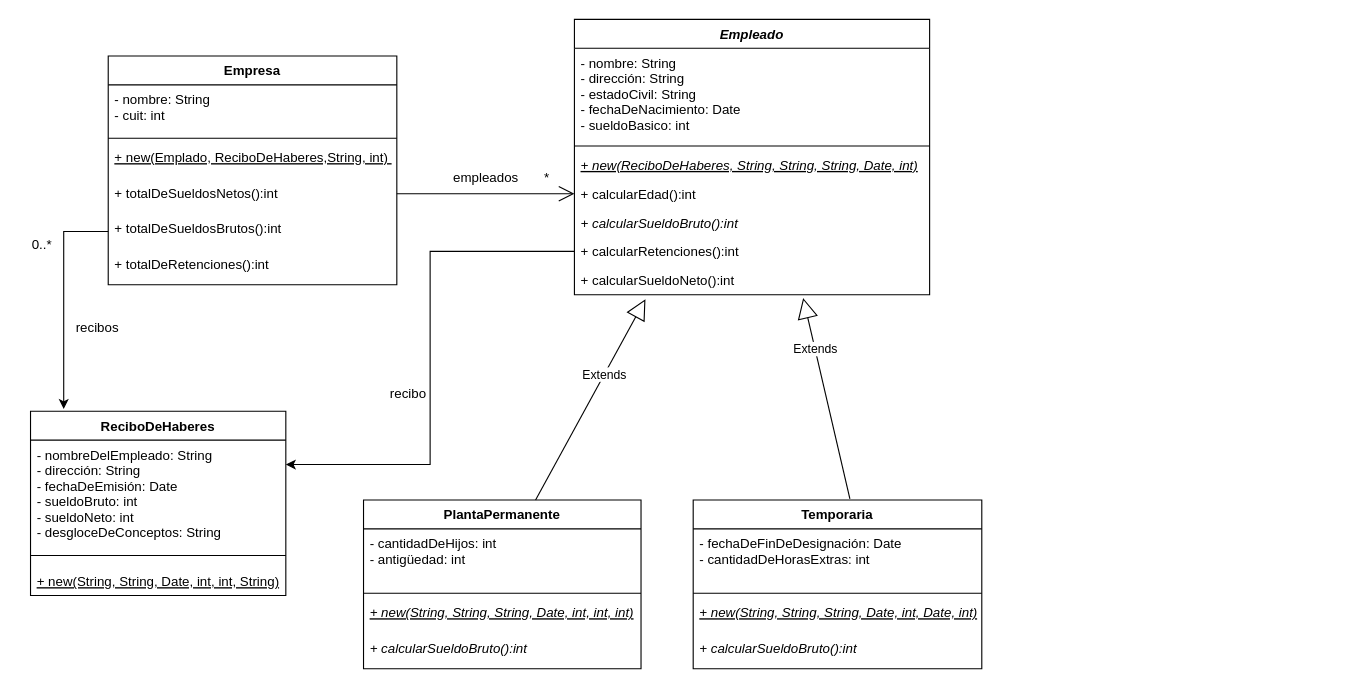
This is Ejercicio 1 - TP 02 - Obj2-UNQ.drawio from nhubczyk/Obj2-TP-02-UNQ, a draw.io file, before an edit. Source tidied: cells renumbered, new cells numbered last; positions are measured from the earlier drawing's top-left corner, leaving out a move shared by most shapes. Both pictures are drawn from the tidied source at 111%, with x=0, y=0 at pixel (19, 19).
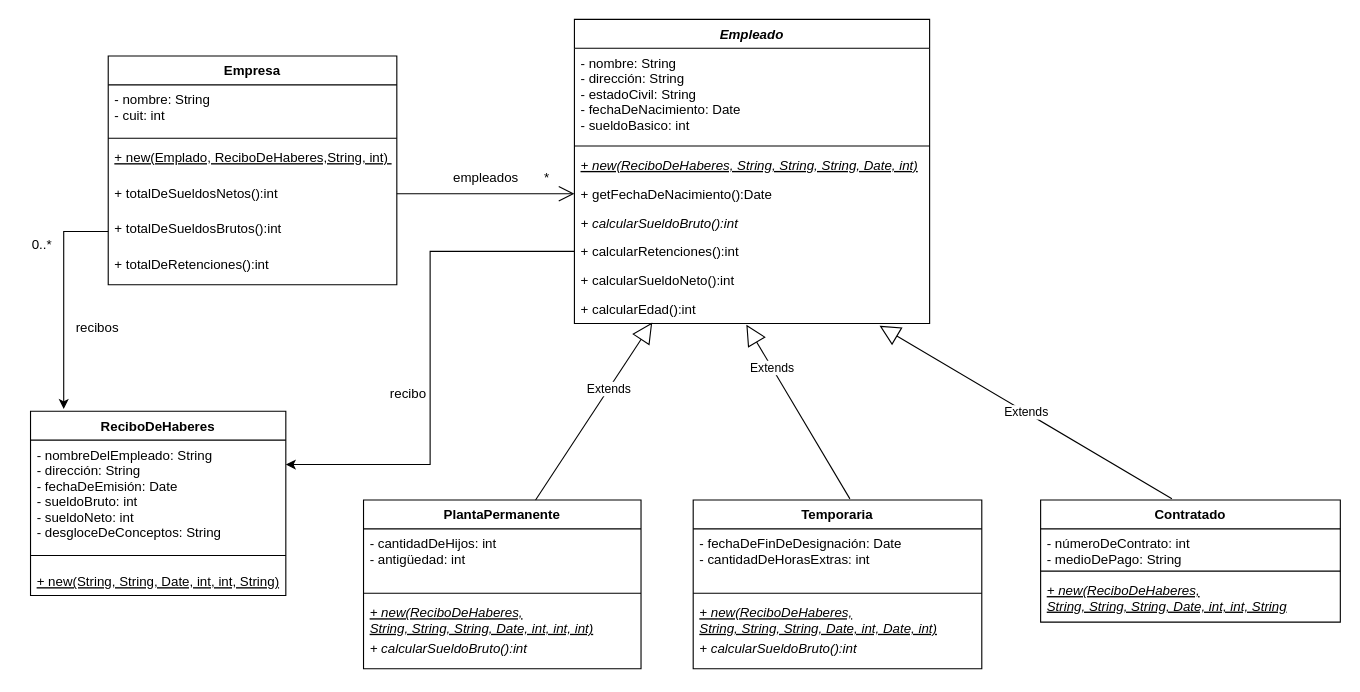
Above is the later version.

The change refers to these unchanged cells:
```xml
<mxCell id="11" value="PlantaPermanente" style="swimlane;fontStyle=1;align=center;verticalAlign=top;horizontal=1;startSize=26;" parent="1" vertex="1">
  <mxGeometry x="310" y="433" width="250" height="152" as="geometry" />
</mxCell>
<mxCell id="16" value="Temporaria" style="swimlane;fontStyle=1;align=center;verticalAlign=top;horizontal=1;startSize=26;" parent="1" vertex="1">
  <mxGeometry x="607" y="433" width="260" height="152" as="geometry" />
</mxCell>
<mxCell id="30" value="+ calcularSueldoNeto():int&#10;" style="text;strokeColor=none;fillColor=none;align=left;verticalAlign=top;spacingLeft=4;spacingRight=4;overflow=hidden;points=[[0,0.5],[1,0.5]];portConstraint=eastwest;fontStyle=0;" parent="23" vertex="1">
  <mxGeometry y="222" width="320" height="26" as="geometry" />
</mxCell>
```

Diff of the diagram source:
```diff
@@
-    <mxCell id="14" value="+ new(String, String, String, Date, int, int, int)&#10;" style="text;strokeColor=none;fillColor=none;align=left;verticalAlign=top;spacingLeft=4;spacingRight=4;overflow=hidden;fontStyle=6;" parent="11" vertex="1">
+    <mxCell id="14" value="+ new(ReciboDeHaberes, &#10;String, String, String, Date, int, int, int)&#10;" style="text;strokeColor=none;fillColor=none;align=left;verticalAlign=top;spacingLeft=4;spacingRight=4;overflow=hidden;fontStyle=6;" parent="11" vertex="1">
       <mxGeometry y="88" width="250" height="32" as="geometry" />
     </mxCell>
@@
-    <mxCell id="19" value="+ new(String, String, String, Date, int, Date, int)&#10;" style="text;strokeColor=none;fillColor=none;align=left;verticalAlign=top;spacingLeft=4;spacingRight=4;overflow=hidden;fontStyle=6;" parent="16" vertex="1">
+    <mxCell id="19" value="+ new(ReciboDeHaberes,&#10;String, String, String, Date, int, Date, int)&#10;" style="text;strokeColor=none;fillColor=none;align=left;verticalAlign=top;spacingLeft=4;spacingRight=4;overflow=hidden;fontStyle=6;" parent="16" vertex="1">
       <mxGeometry y="88" width="260" height="32" as="geometry" />
     </mxCell>
@@
-    <mxCell id="21" value="Extends" style="endArrow=block;endSize=16;endFill=0;html=1;rounded=0;exitX=0.62;exitY=0;exitDx=0;exitDy=0;exitPerimeter=0;entryX=0.2;entryY=1.154;entryDx=0;entryDy=0;entryPerimeter=0;" parent="1" edge="1" source="11" target="30">
+    <mxCell id="21" value="Extends" style="endArrow=block;endSize=16;endFill=0;html=1;rounded=0;exitX=0.62;exitY=0;exitDx=0;exitDy=0;exitPerimeter=0;entryX=0.219;entryY=0.962;entryDx=0;entryDy=0;entryPerimeter=0;" parent="1" edge="1" source="11" target="41">
       <mxGeometry x="0.25" relative="1" as="geometry" />
     </mxCell>
-    <mxCell id="22" value="Extends" style="endArrow=block;endSize=16;endFill=0;html=1;rounded=0;exitX=0.543;exitY=-0.007;exitDx=0;exitDy=0;exitPerimeter=0;entryX=0.644;entryY=1.115;entryDx=0;entryDy=0;entryPerimeter=0;" parent="1" edge="1" source="16" target="30">
+    <mxCell id="22" value="Extends" style="endArrow=block;endSize=16;endFill=0;html=1;rounded=0;exitX=0.543;exitY=-0.007;exitDx=0;exitDy=0;exitPerimeter=0;entryX=0.484;entryY=1.038;entryDx=0;entryDy=0;entryPerimeter=0;" parent="1" edge="1" source="16" target="41">
       <mxGeometry x="0.5" relative="1" as="geometry" />
     </mxCell>
     <mxCell id="23" value="Empleado" style="swimlane;fontStyle=3;align=center;verticalAlign=top;horizontal=1;startSize=26;" parent="1" vertex="1">
-      <mxGeometry x="500" width="320" height="248" as="geometry" />
+      <mxGeometry x="500" width="320" height="274" as="geometry" />
     </mxCell>
@@
-    <mxCell id="27" value="+ calcularEdad():int" style="text;strokeColor=none;fillColor=none;align=left;verticalAlign=top;spacingLeft=4;spacingRight=4;overflow=hidden;fontStyle=0;" parent="23" vertex="1">
+    <mxCell id="27" value="+ getFechaDeNacimiento():Date" style="text;strokeColor=none;fillColor=none;align=left;verticalAlign=top;spacingLeft=4;spacingRight=4;overflow=hidden;fontStyle=0;" parent="23" vertex="1">
       <mxGeometry y="144" width="320" height="26" as="geometry" />
     </mxCell>
@@
+    <mxCell id="41" value="+ calcularEdad():int" style="text;strokeColor=none;fillColor=none;align=left;verticalAlign=top;spacingLeft=4;spacingRight=4;overflow=hidden;points=[[0,0.5],[1,0.5]];portConstraint=eastwest;fontStyle=0;" parent="23" vertex="1">
+      <mxGeometry y="248" width="320" height="26" as="geometry" />
+    </mxCell>
@@
+    <mxCell id="42" value="Contratado" style="swimlane;fontStyle=1;align=center;verticalAlign=top;horizontal=1;startSize=26;" parent="1" vertex="1">
+      <mxGeometry x="920" y="433" width="270" height="110" as="geometry" />
+    </mxCell>
+    <mxCell id="43" value="- númeroDeContrato: int&#10;- medioDePago: String&#10;&#10;" style="text;strokeColor=none;fillColor=none;align=left;verticalAlign=top;spacingLeft=4;spacingRight=4;overflow=hidden;" parent="42" vertex="1">
+      <mxGeometry y="26" width="270" height="34" as="geometry" />
+    </mxCell>
+    <mxCell id="44" style="line;strokeWidth=1;fillColor=none;align=left;verticalAlign=middle;spacingTop=-1;spacingLeft=3;spacingRight=3;labelPosition=right;strokeColor=inherit;" parent="42" vertex="1">
+      <mxGeometry y="60" width="270" height="8" as="geometry" />
+    </mxCell>
+    <mxCell id="45" value="+ new(ReciboDeHaberes,&#10;String, String, String, Date, int, int, String" style="text;strokeColor=none;fillColor=none;align=left;verticalAlign=top;spacingLeft=4;spacingRight=4;overflow=hidden;fontStyle=6;" parent="42" vertex="1">
+      <mxGeometry y="68" width="270" height="42" as="geometry" />
+    </mxCell>
+    <mxCell id="46" value="Extends" style="endArrow=block;endSize=16;endFill=0;html=1;rounded=0;exitX=0.438;exitY=-0.011;exitDx=0;exitDy=0;exitPerimeter=0;entryX=0.859;entryY=1.077;entryDx=0;entryDy=0;entryPerimeter=0;" parent="1" edge="1" source="42" target="41">
+      <mxGeometry relative="1" as="geometry" />
+    </mxCell>
```
